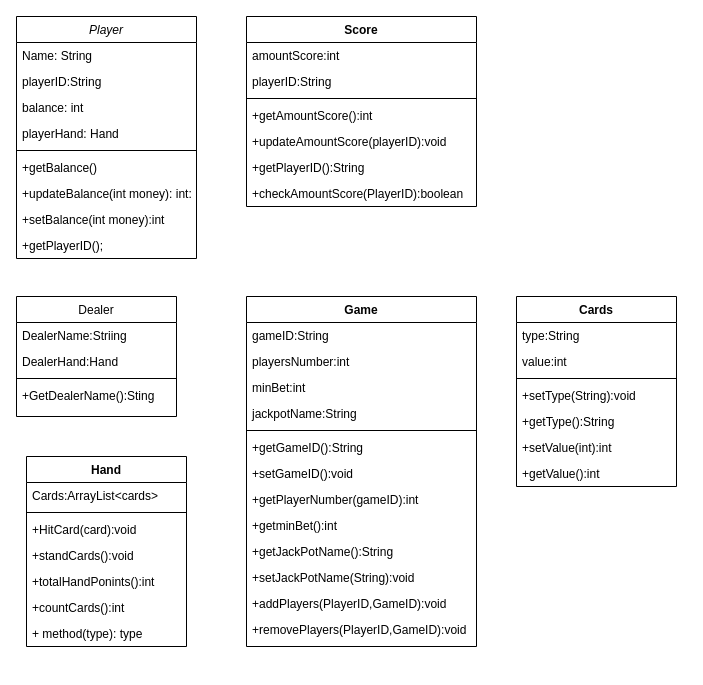
Above: Class_diagram.drawio in Marshood/BlackJack (draw.io), before the change. Source tidied: cells renumbered, new cells numbered last; positions are measured from the earlier drawing's top-left corner, leaving out a move shared by most shapes. Both pictures are drawn from the tidied source at 100%, with x=0, y=0 at pixel (16, 16).
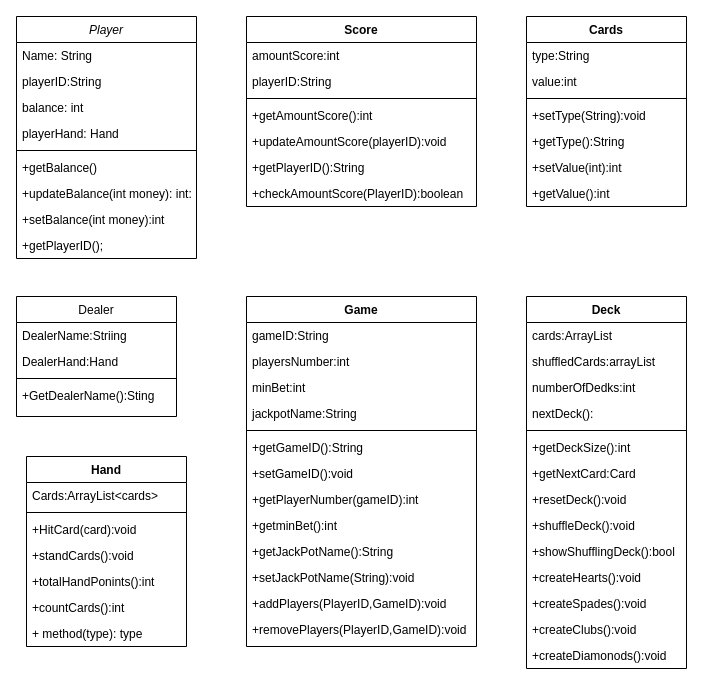
The same diagram, later.

Change to the diagram source:
```diff
@@
     <mxCell id="25" value="Cards" style="swimlane;fontStyle=1;align=center;verticalAlign=top;horizontal=1;startSize=26;" parent="1" vertex="1">
-      <mxGeometry x="500" y="280" width="160" height="190" as="geometry" />
+      <mxGeometry x="510" width="160" height="190" as="geometry" />
     </mxCell>
@@
+    <mxCell id="55" value="Deck" style="swimlane;fontStyle=1;align=center;verticalAlign=top;horizontal=1;startSize=26;" parent="1" vertex="1">
+      <mxGeometry x="510" y="280" width="160" height="372" as="geometry" />
+    </mxCell>
+    <mxCell id="56" value="cards:ArrayList" style="text;strokeColor=none;fillColor=none;align=left;verticalAlign=top;spacingLeft=4;spacingRight=4;overflow=hidden;" parent="55" vertex="1">
+      <mxGeometry y="26" width="160" height="26" as="geometry" />
+    </mxCell>
+    <mxCell id="57" value="shuffledCards:arrayList" style="text;strokeColor=none;fillColor=none;align=left;verticalAlign=top;spacingLeft=4;spacingRight=4;overflow=hidden;" parent="55" vertex="1">
+      <mxGeometry y="52" width="160" height="26" as="geometry" />
+    </mxCell>
+    <mxCell id="58" value="numberOfDedks:int" style="text;strokeColor=none;fillColor=none;align=left;verticalAlign=top;spacingLeft=4;spacingRight=4;overflow=hidden;" parent="55" vertex="1">
+      <mxGeometry y="78" width="160" height="26" as="geometry" />
+    </mxCell>
+    <mxCell id="59" value="nextDeck():" style="text;strokeColor=none;fillColor=none;align=left;verticalAlign=top;spacingLeft=4;spacingRight=4;overflow=hidden;" parent="55" vertex="1">
+      <mxGeometry y="104" width="160" height="26" as="geometry" />
+    </mxCell>
+    <mxCell id="60" style="line;strokeWidth=1;fillColor=none;align=left;verticalAlign=middle;spacingTop=-1;spacingLeft=3;spacingRight=3;labelPosition=right;" parent="55" vertex="1">
+      <mxGeometry y="130" width="160" height="8" as="geometry" />
+    </mxCell>
+    <mxCell id="61" value="+getDeckSize():int" style="text;strokeColor=none;fillColor=none;align=left;verticalAlign=top;spacingLeft=4;spacingRight=4;overflow=hidden;" parent="55" vertex="1">
+      <mxGeometry y="138" width="160" height="26" as="geometry" />
+    </mxCell>
+    <mxCell id="62" value="+getNextCard:Card" style="text;strokeColor=none;fillColor=none;align=left;verticalAlign=top;spacingLeft=4;spacingRight=4;overflow=hidden;" parent="55" vertex="1">
+      <mxGeometry y="164" width="160" height="26" as="geometry" />
+    </mxCell>
+    <mxCell id="63" value="+resetDeck():void" style="text;strokeColor=none;fillColor=none;align=left;verticalAlign=top;spacingLeft=4;spacingRight=4;overflow=hidden;" parent="55" vertex="1">
+      <mxGeometry y="190" width="160" height="26" as="geometry" />
+    </mxCell>
+    <mxCell id="64" value="+shuffleDeck():void" style="text;strokeColor=none;fillColor=none;align=left;verticalAlign=top;spacingLeft=4;spacingRight=4;overflow=hidden;" parent="55" vertex="1">
+      <mxGeometry y="216" width="160" height="26" as="geometry" />
+    </mxCell>
+    <mxCell id="65" value="+showShufflingDeck():bool" style="text;strokeColor=none;fillColor=none;align=left;verticalAlign=top;spacingLeft=4;spacingRight=4;overflow=hidden;" parent="55" vertex="1">
+      <mxGeometry y="242" width="160" height="26" as="geometry" />
+    </mxCell>
+    <mxCell id="66" value="+createHearts():void" style="text;strokeColor=none;fillColor=none;align=left;verticalAlign=top;spacingLeft=4;spacingRight=4;overflow=hidden;" parent="55" vertex="1">
+      <mxGeometry y="268" width="160" height="26" as="geometry" />
+    </mxCell>
+    <mxCell id="67" value="+createSpades():void" style="text;strokeColor=none;fillColor=none;align=left;verticalAlign=top;spacingLeft=4;spacingRight=4;overflow=hidden;" parent="55" vertex="1">
+      <mxGeometry y="294" width="160" height="26" as="geometry" />
+    </mxCell>
+    <mxCell id="68" value="+createClubs():void" style="text;strokeColor=none;fillColor=none;align=left;verticalAlign=top;spacingLeft=4;spacingRight=4;overflow=hidden;" parent="55" vertex="1">
+      <mxGeometry y="320" width="160" height="26" as="geometry" />
+    </mxCell>
+    <mxCell id="69" value="+createDiamonods():void" style="text;strokeColor=none;fillColor=none;align=left;verticalAlign=top;spacingLeft=4;spacingRight=4;overflow=hidden;" parent="55" vertex="1">
+      <mxGeometry y="346" width="160" height="26" as="geometry" />
+    </mxCell>
```
